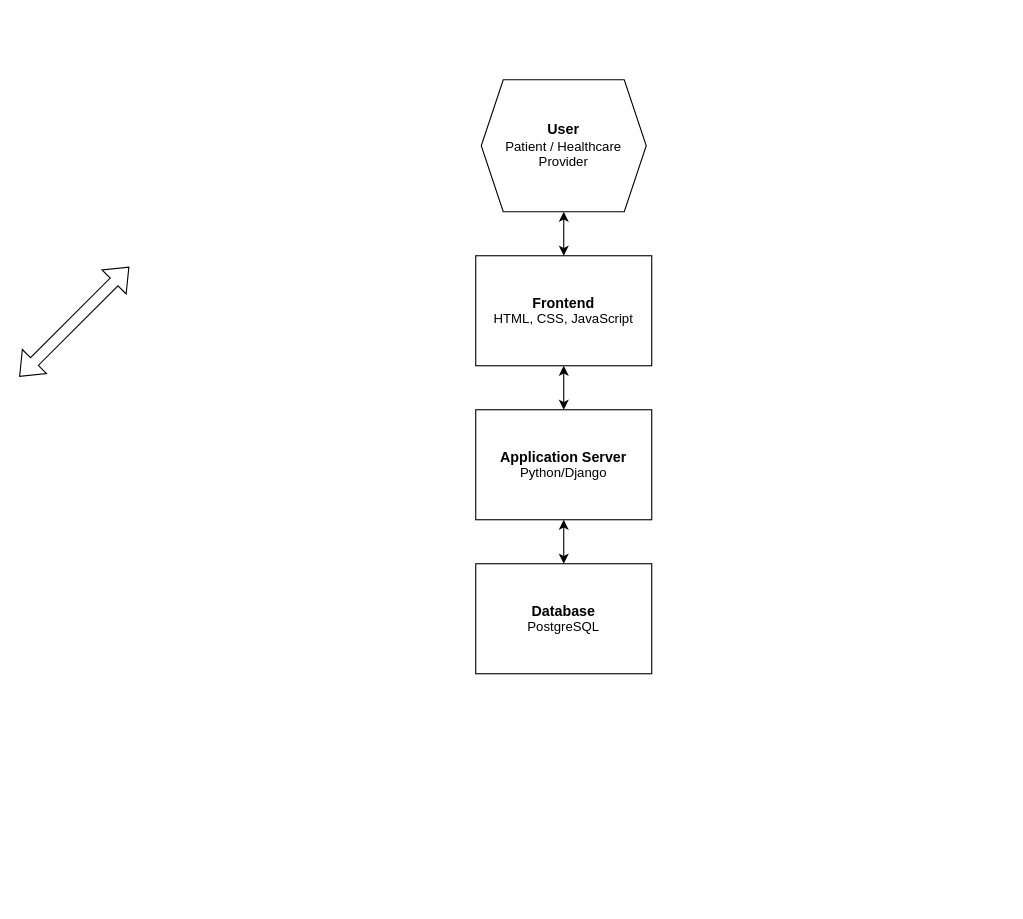
Above: DevOps_Figure_1.drawio in Matasem-h/SimpleFlowcharts (draw.io), before the change. Source tidied: cells renumbered, new cells numbered last; positions are measured from the earlier drawing's top-left corner, leaving out a move shared by most shapes. Both pictures are drawn from the tidied source at 110%, with x=0, y=0 at pixel (19, 79).
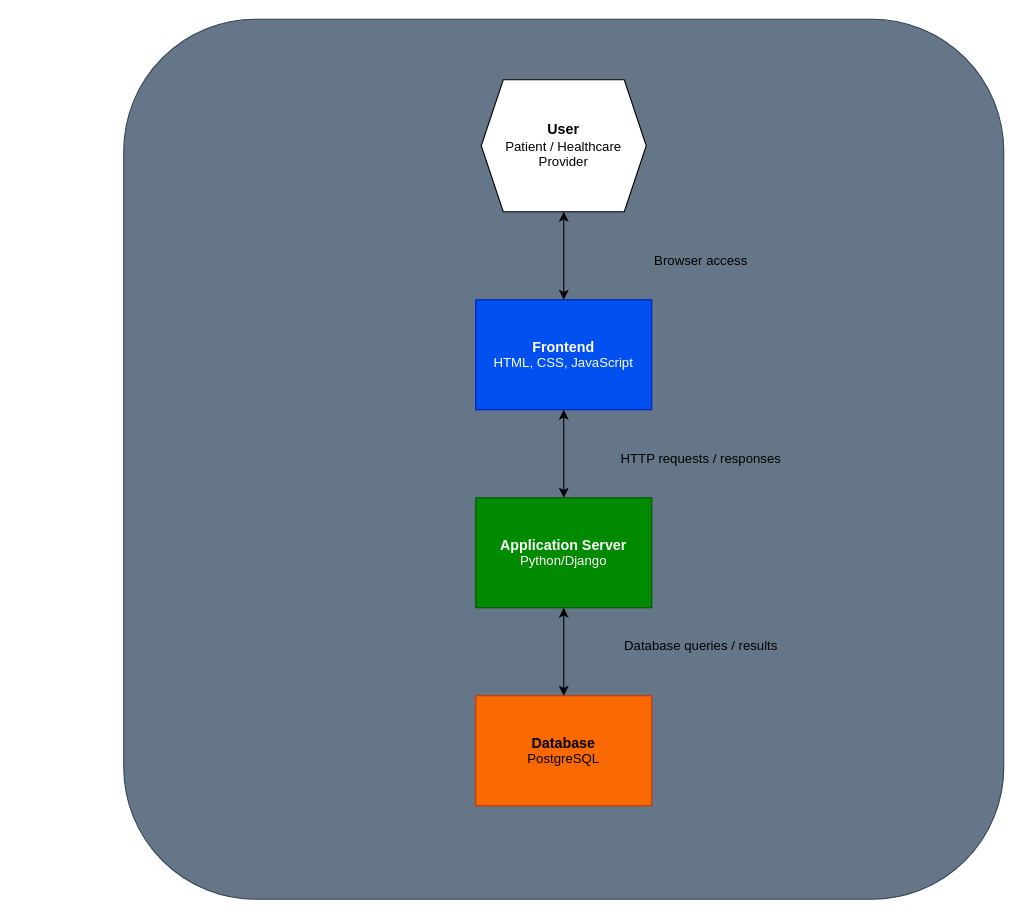
The same page after the edit.

What changed in the source:
```diff
@@
 <mxGraphModel>
   <root>
     <mxCell id="0" />
     <mxCell id="1" parent="0" />
+    <mxCell id="10" style="rounded=1;whiteSpace=wrap;html=1;fillColor=#647687;strokeColor=#314354;fontColor=#ffffff;" parent="1" vertex="1">
+      <mxGeometry x="95" y="-55" width="800" height="800" as="geometry" />
+    </mxCell>
-    <mxCell id="2" value="&lt;div&gt;&lt;b&gt;&lt;font style=&quot;font-size: 13px;&quot;&gt;Frontend&lt;/font&gt;&lt;/b&gt;&lt;/div&gt;&lt;div&gt;HTML, CSS, JavaScript&lt;/div&gt;" style="rounded=0;whiteSpace=wrap;html=1;" parent="1" vertex="1">
-      <mxGeometry x="415" y="160" width="160" height="100" as="geometry" />
+    <mxCell id="2" value="&lt;div&gt;&lt;b&gt;&lt;font style=&quot;font-size: 13px;&quot;&gt;Frontend&lt;/font&gt;&lt;/b&gt;&lt;/div&gt;&lt;div&gt;HTML, CSS, JavaScript&lt;/div&gt;" style="rounded=0;whiteSpace=wrap;html=1;fillColor=#0050ef;fontColor=#ffffff;strokeColor=#001DBC;" parent="1" vertex="1">
+      <mxGeometry x="415" y="200" width="160" height="100" as="geometry" />
     </mxCell>
-    <mxCell id="3" value="&lt;div&gt;&lt;b&gt;&lt;font style=&quot;font-size: 13px;&quot;&gt;Database&lt;/font&gt;&lt;/b&gt;&lt;/div&gt;&lt;div&gt;PostgreSQL&lt;/div&gt;" style="rounded=0;whiteSpace=wrap;html=1;" parent="1" vertex="1">
-      <mxGeometry x="415" y="440" width="160" height="100" as="geometry" />
+    <mxCell id="3" value="&lt;div&gt;&lt;b&gt;&lt;font style=&quot;font-size: 13px;&quot;&gt;Database&lt;/font&gt;&lt;/b&gt;&lt;/div&gt;&lt;div&gt;PostgreSQL&lt;/div&gt;" style="rounded=0;whiteSpace=wrap;html=1;fillColor=#fa6800;fontColor=#000000;strokeColor=#C73500;" parent="1" vertex="1">
+      <mxGeometry x="415" y="560" width="160" height="100" as="geometry" />
     </mxCell>
-    <mxCell id="4" value="&lt;div&gt;&lt;font style=&quot;font-size: 13px;&quot;&gt;&lt;b&gt;Application Server&lt;/b&gt;&lt;/font&gt;&lt;/div&gt;&lt;div&gt;Python/Django&lt;/div&gt;" style="rounded=0;whiteSpace=wrap;html=1;" parent="1" vertex="1">
-      <mxGeometry x="415" y="300" width="160" height="100" as="geometry" />
+    <mxCell id="4" value="&lt;div&gt;&lt;font style=&quot;font-size: 13px;&quot;&gt;&lt;b&gt;Application Server&lt;/b&gt;&lt;/font&gt;&lt;/div&gt;&lt;div&gt;Python/Django&lt;/div&gt;" style="rounded=0;whiteSpace=wrap;html=1;fillColor=#008a00;fontColor=#ffffff;strokeColor=#005700;" parent="1" vertex="1">
+      <mxGeometry x="415" y="380" width="160" height="100" as="geometry" />
     </mxCell>
-    <mxCell id="5" value="&lt;div&gt;&lt;font style=&quot;font-size: 13px;&quot;&gt;&lt;b&gt;User&lt;/b&gt;&lt;/font&gt;&lt;/div&gt;&lt;div&gt;Patient / Healthcare Provider&lt;/div&gt;" style="shape=hexagon;perimeter=hexagonPerimeter2;whiteSpace=wrap;html=1;fixedSize=1;" parent="1" vertex="1">
+    <mxCell id="5" value="&lt;div&gt;&lt;font style=&quot;font-size: 13px;&quot;&gt;&lt;b&gt;User&lt;/b&gt;&lt;/font&gt;&lt;/div&gt;&lt;div&gt;Patient / Healthcare Provider&lt;/div&gt;" style="shape=hexagon;perimeter=hexagonPerimeter2;whiteSpace=wrap;html=1;fixedSize=1;fillColor=light-dark(#FFFFFF,#941AFF);" parent="1" vertex="1">
       <mxGeometry x="420" width="150" height="120" as="geometry" />
     </mxCell>
-    <mxCell id="6" style="shape=flexArrow;endArrow=classic;startArrow=classic;html=1;rounded=0;" parent="1" edge="1">
-      <mxGeometry relative="1" as="geometry">
-        <mxPoint y="270" as="sourcePoint" />
-        <mxPoint x="100" y="170" as="targetPoint" />
-      </mxGeometry>
-    </mxCell>
     <mxCell id="7" style="endArrow=classic;startArrow=classic;html=1;rounded=0;entryX=0.5;entryY=1;entryDx=0;entryDy=0;exitX=0.5;exitY=0;exitDx=0;exitDy=0;" parent="1" edge="1" source="2" target="5">
       <mxGeometry relative="1" as="geometry" />
     </mxCell>
     <mxCell id="8" style="endArrow=classic;startArrow=classic;html=1;rounded=0;entryX=0.5;entryY=1;entryDx=0;entryDy=0;exitX=0.5;exitY=0;exitDx=0;exitDy=0;" parent="1" edge="1" source="3" target="4">
       <mxGeometry relative="1" as="geometry" />
     </mxCell>
     <mxCell id="9" style="endArrow=classic;startArrow=classic;html=1;rounded=0;entryX=0.5;entryY=0;entryDx=0;entryDy=0;exitX=0.5;exitY=1;exitDx=0;exitDy=0;" parent="1" edge="1" source="2" target="4">
       <mxGeometry relative="1" as="geometry" />
     </mxCell>
+    <mxCell id="11" value="&lt;div align=&quot;center&quot;&gt;Browser access&lt;/div&gt;" style="text;html=1;whiteSpace=wrap;strokeColor=none;fillColor=none;align=center;verticalAlign=middle;rounded=0;" parent="1" vertex="1">
+      <mxGeometry x="520" y="150" width="200" height="30" as="geometry" />
+    </mxCell>
+    <mxCell id="12" value="&lt;div align=&quot;center&quot;&gt;HTTP requests / responses&lt;/div&gt;" style="text;html=1;whiteSpace=wrap;strokeColor=none;fillColor=none;align=center;verticalAlign=middle;rounded=0;" parent="1" vertex="1">
+      <mxGeometry x="520" y="330" width="200" height="30" as="geometry" />
+    </mxCell>
+    <mxCell id="13" value="&lt;div align=&quot;center&quot;&gt;Database queries / results&lt;/div&gt;" style="text;html=1;whiteSpace=wrap;strokeColor=none;fillColor=none;align=center;verticalAlign=middle;rounded=0;" parent="1" vertex="1">
+      <mxGeometry x="520" y="500" width="200" height="30" as="geometry" />
+    </mxCell>
   </root>
 </mxGraphModel>
```
